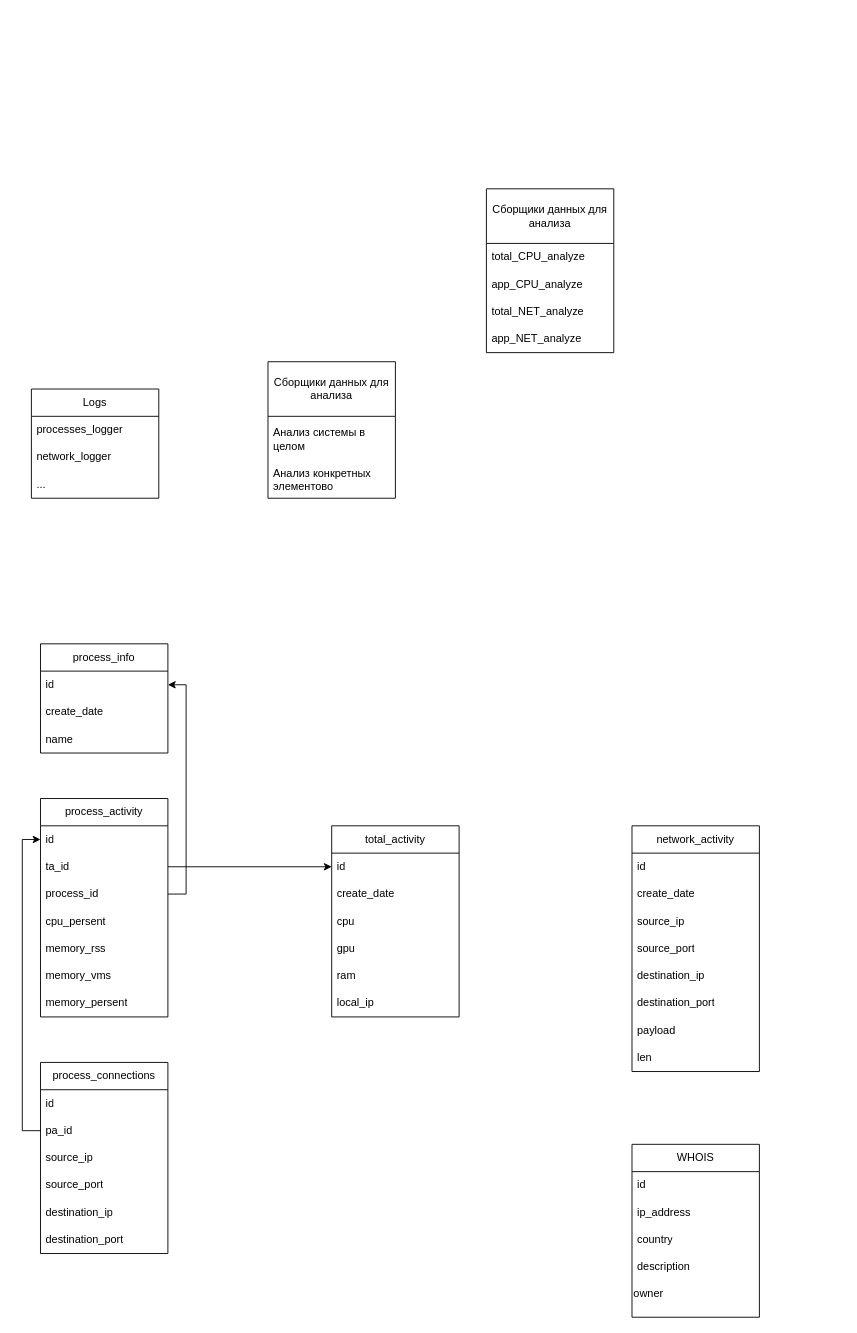
The draw.io diagram WIreSharkModelPreparer/documentations/Диплом.drawio in SkibaSAY/IPS_University, before the edit. Source tidied: cells renumbered, new cells numbered last; positions are measured from the earlier drawing's top-left corner, leaving out a move shared by most shapes. Both pictures are drawn from the tidied source at 91%, with x=0, y=0 at pixel (31, 188).
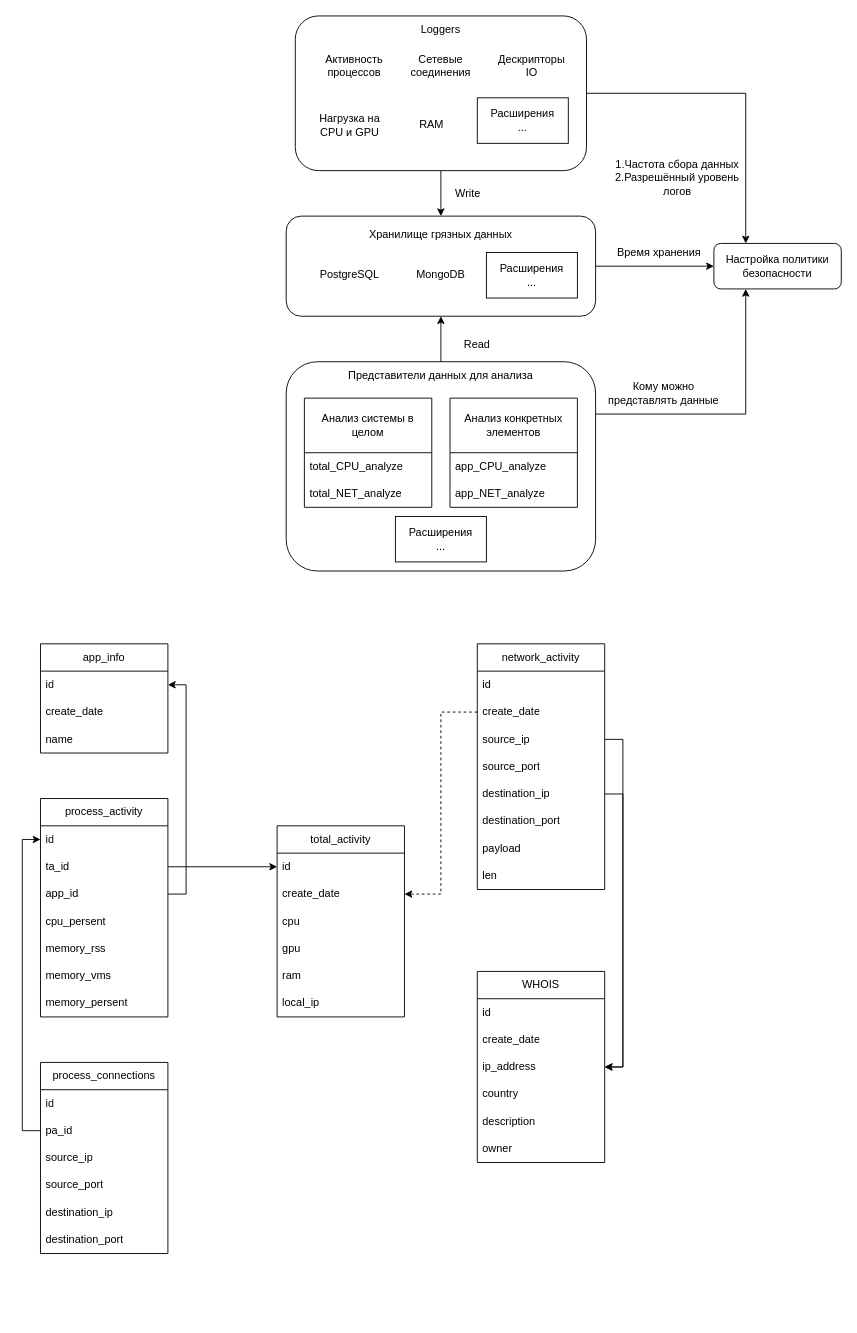
The same page after the edit.

Commit message (it also covers changes not shown here):
написал много теоретической части по диплому - по реализации собственной IDS на базе данных текущего устройства

Unchanged cells that the change refers to:
```xml
<mxCell id="4" value="create_date" style="text;strokeColor=none;fillColor=none;align=left;verticalAlign=middle;spacingLeft=4;spacingRight=4;overflow=hidden;points=[[0,0.5],[1,0.5]];portConstraint=eastwest;whiteSpace=wrap;html=1;" parent="2" vertex="1">
  <mxGeometry y="60" width="140" height="30" as="geometry" />
</mxCell>
<mxCell id="5" value="source_ip" style="text;strokeColor=none;fillColor=none;align=left;verticalAlign=middle;spacingLeft=4;spacingRight=4;overflow=hidden;points=[[0,0.5],[1,0.5]];portConstraint=eastwest;whiteSpace=wrap;html=1;" parent="2" vertex="1">
  <mxGeometry y="90" width="140" height="30" as="geometry" />
</mxCell>
<mxCell id="7" value="destination_ip" style="text;strokeColor=none;fillColor=none;align=left;verticalAlign=middle;spacingLeft=4;spacingRight=4;overflow=hidden;points=[[0,0.5],[1,0.5]];portConstraint=eastwest;whiteSpace=wrap;html=1;" parent="2" vertex="1">
  <mxGeometry y="150" width="140" height="30" as="geometry" />
</mxCell>
<mxCell id="13" value="&lt;div style=&quot;text-align: center;&quot;&gt;&lt;span style=&quot;background-color: transparent; color: light-dark(rgb(0, 0, 0), rgb(255, 255, 255));&quot;&gt;create_date&lt;/span&gt;&lt;/div&gt;" style="text;strokeColor=none;fillColor=none;align=left;verticalAlign=middle;spacingLeft=4;spacingRight=4;overflow=hidden;points=[[0,0.5],[1,0.5]];portConstraint=eastwest;whiteSpace=wrap;html=1;" parent="11" vertex="1">
  <mxGeometry y="60" width="140" height="30" as="geometry" />
</mxCell>
<mxCell id="18" value="process_activity" style="swimlane;fontStyle=0;horizontal=1;startSize=30;whiteSpace=wrap;html=1;" parent="1" vertex="1">
  <mxGeometry x="10" y="670" width="140" height="240" as="geometry" />
</mxCell>
```

Diff of the diagram source:
```diff
@@
     <mxCell id="2" value="network_activity" style="swimlane;fontStyle=0;horizontal=1;startSize=30;whiteSpace=wrap;html=1;" parent="1" vertex="1">
-      <mxGeometry x="660" y="700" width="140" height="270" as="geometry" />
+      <mxGeometry x="490" y="500" width="140" height="270" as="geometry" />
     </mxCell>
@@
     <mxCell id="11" value="total_activity" style="swimlane;fontStyle=0;horizontal=1;startSize=30;whiteSpace=wrap;html=1;" parent="1" vertex="1">
-      <mxGeometry x="330" y="700" width="140" height="210" as="geometry" />
+      <mxGeometry x="270" y="700" width="140" height="210" as="geometry" />
     </mxCell>
@@
-    <mxCell id="21" value="process_id" style="text;strokeColor=none;fillColor=none;align=left;verticalAlign=middle;spacingLeft=4;spacingRight=4;overflow=hidden;points=[[0,0.5],[1,0.5]];portConstraint=eastwest;whiteSpace=wrap;html=1;" parent="18" vertex="1">
+    <mxCell id="21" value="app_id" style="text;strokeColor=none;fillColor=none;align=left;verticalAlign=middle;spacingLeft=4;spacingRight=4;overflow=hidden;points=[[0,0.5],[1,0.5]];portConstraint=eastwest;whiteSpace=wrap;html=1;" parent="18" vertex="1">
       <mxGeometry y="90" width="140" height="30" as="geometry" />
     </mxCell>
@@
-    <mxCell id="26" value="process_info" style="swimlane;fontStyle=0;horizontal=1;startSize=30;whiteSpace=wrap;html=1;" parent="1" vertex="1">
+    <mxCell id="26" value="app_info" style="swimlane;fontStyle=0;horizontal=1;startSize=30;whiteSpace=wrap;html=1;" parent="1" vertex="1">
       <mxGeometry x="10" y="500" width="140" height="120" as="geometry" />
     </mxCell>
@@
-    <mxCell id="40" value="Logs" style="swimlane;fontStyle=0;horizontal=1;startSize=30;whiteSpace=wrap;html=1;" parent="1" vertex="1">
-      <mxGeometry y="220" width="140" height="120" as="geometry" />
-    </mxCell>
-    <mxCell id="41" value="processes_logger" style="text;strokeColor=none;fillColor=none;align=left;verticalAlign=middle;spacingLeft=4;spacingRight=4;overflow=hidden;whiteSpace=wrap;html=1;" parent="40" vertex="1">
-      <mxGeometry y="30" width="140" height="30" as="geometry" />
-    </mxCell>
-    <mxCell id="42" value="network_logger" style="text;strokeColor=none;fillColor=none;align=left;verticalAlign=middle;spacingLeft=4;spacingRight=4;overflow=hidden;whiteSpace=wrap;html=1;" parent="40" vertex="1">
-      <mxGeometry y="60" width="140" height="30" as="geometry" />
-    </mxCell>
-    <mxCell id="43" value="..." style="text;strokeColor=none;fillColor=none;align=left;verticalAlign=middle;spacingLeft=4;spacingRight=4;overflow=hidden;whiteSpace=wrap;html=1;" parent="40" vertex="1">
-      <mxGeometry y="90" width="140" height="30" as="geometry" />
-    </mxCell>
-    <mxCell id="44" value="Сборщики данных для анализа" style="swimlane;fontStyle=0;horizontal=1;startSize=60;whiteSpace=wrap;html=1;" parent="1" vertex="1">
-      <mxGeometry x="500" width="140" height="180" as="geometry" />
-    </mxCell>
-    <mxCell id="45" value="total_CPU_analyze" style="text;strokeColor=none;fillColor=none;align=left;verticalAlign=middle;spacingLeft=4;spacingRight=4;overflow=hidden;whiteSpace=wrap;html=1;" parent="44" vertex="1">
-      <mxGeometry y="60" width="140" height="30" as="geometry" />
-    </mxCell>
-    <mxCell id="46" value="app_CPU_analyze" style="text;strokeColor=none;fillColor=none;align=left;verticalAlign=middle;spacingLeft=4;spacingRight=4;overflow=hidden;whiteSpace=wrap;html=1;" parent="44" vertex="1">
-      <mxGeometry y="90" width="140" height="30" as="geometry" />
-    </mxCell>
-    <mxCell id="47" value="total_NET_analyze" style="text;strokeColor=none;fillColor=none;align=left;verticalAlign=middle;spacingLeft=4;spacingRight=4;overflow=hidden;whiteSpace=wrap;html=1;" parent="44" vertex="1">
-      <mxGeometry y="120" width="140" height="30" as="geometry" />
-    </mxCell>
-    <mxCell id="48" value="app_NET_analyze" style="text;strokeColor=none;fillColor=none;align=left;verticalAlign=middle;spacingLeft=4;spacingRight=4;overflow=hidden;whiteSpace=wrap;html=1;" parent="44" vertex="1">
-      <mxGeometry y="150" width="140" height="30" as="geometry" />
-    </mxCell>
     <mxCell id="49" value="WHOIS" style="swimlane;fontStyle=0;horizontal=1;startSize=30;whiteSpace=wrap;html=1;" parent="1" vertex="1">
-      <mxGeometry x="660" y="1050" width="140" height="190" as="geometry" />
+      <mxGeometry x="490" y="860" width="140" height="210" as="geometry" />
     </mxCell>
@@
+    <mxCell id="58" value="create_date" style="text;strokeColor=none;fillColor=none;align=left;verticalAlign=middle;spacingLeft=4;spacingRight=4;overflow=hidden;whiteSpace=wrap;html=1;" parent="49" vertex="1">
+      <mxGeometry y="60" width="140" height="30" as="geometry" />
+    </mxCell>
     <mxCell id="51" value="ip_address" style="text;strokeColor=none;fillColor=none;align=left;verticalAlign=middle;spacingLeft=4;spacingRight=4;overflow=hidden;points=[[0,0.5],[1,0.5]];portConstraint=eastwest;whiteSpace=wrap;html=1;" parent="49" vertex="1">
-      <mxGeometry y="60" width="140" height="30" as="geometry" />
+      <mxGeometry y="90" width="140" height="30" as="geometry" />
     </mxCell>
     <mxCell id="52" value="country" style="text;strokeColor=none;fillColor=none;align=left;verticalAlign=middle;spacingLeft=4;spacingRight=4;overflow=hidden;whiteSpace=wrap;html=1;" parent="49" vertex="1">
-      <mxGeometry y="90" width="140" height="30" as="geometry" />
+      <mxGeometry y="120" width="140" height="30" as="geometry" />
     </mxCell>
     <mxCell id="53" value="description" style="text;strokeColor=none;fillColor=none;align=left;verticalAlign=middle;spacingLeft=4;spacingRight=4;overflow=hidden;whiteSpace=wrap;html=1;" parent="49" vertex="1">
-      <mxGeometry y="120" width="140" height="30" as="geometry" />
+      <mxGeometry y="150" width="140" height="30" as="geometry" />
     </mxCell>
-    <mxCell id="54" value="owner" style="text;whiteSpace=wrap;html=1;" parent="49" vertex="1">
-      <mxGeometry y="150" width="140" height="40" as="geometry" />
+    <mxCell id="54" value="owner" style="text;strokeColor=none;fillColor=none;align=left;verticalAlign=middle;spacingLeft=4;spacingRight=4;overflow=hidden;whiteSpace=wrap;html=1;" parent="49" vertex="1">
+      <mxGeometry y="180" width="140" height="30" as="geometry" />
     </mxCell>
-    <mxCell id="55" value="Сборщики данных для анализа" style="swimlane;fontStyle=0;horizontal=1;startSize=60;whiteSpace=wrap;html=1;" parent="1" vertex="1">
-      <mxGeometry x="260" y="190" width="140" height="150" as="geometry" />
-    </mxCell>
+    <mxCell id="59" style="edgeStyle=orthogonalEdgeStyle;rounded=0;jettySize=auto;html=1;exitX=1;exitY=0.25;exitDx=0;exitDy=0;entryX=0.25;entryY=1;entryDx=0;entryDy=0;" parent="1" edge="1" source="60" target="83">
+      <mxGeometry relative="1" as="geometry" />
+    </mxCell>
+    <mxCell id="60" style="rounded=1;whiteSpace=wrap;html=1;fillColor=none;" parent="1" vertex="1">
+      <mxGeometry x="280" y="190" width="340" height="230" as="geometry" />
+    </mxCell>
+    <mxCell id="61" style="edgeStyle=orthogonalEdgeStyle;rounded=0;jettySize=auto;html=1;exitX=0.5;exitY=0;exitDx=0;exitDy=0;entryX=0.5;entryY=1;entryDx=0;entryDy=0;" parent="1" edge="1" source="62" target="65">
+      <mxGeometry relative="1" as="geometry" />
+    </mxCell>
+    <mxCell id="62" value="Представители данных для анализа" style="text;html=1;align=center;verticalAlign=middle;whiteSpace=wrap;rounded=0;" parent="1" vertex="1">
+      <mxGeometry x="345" y="190" width="210" height="30" as="geometry" />
+    </mxCell>
-    <mxCell id="56" value="Анализ системы в целом" style="text;strokeColor=none;fillColor=none;align=left;verticalAlign=middle;spacingLeft=4;spacingRight=4;overflow=hidden;whiteSpace=wrap;html=1;" parent="55" vertex="1">
-      <mxGeometry y="60" width="140" height="50" as="geometry" />
+    <mxCell id="56" value="Анализ системы в целом" style="swimlane;fontStyle=0;horizontal=1;startSize=60;whiteSpace=wrap;html=1;" parent="1" vertex="1">
+      <mxGeometry x="300" y="230" width="140" height="120" as="geometry" />
     </mxCell>
-    <mxCell id="57" value="Анализ конкретных элементово" style="text;strokeColor=none;fillColor=none;align=left;verticalAlign=middle;spacingLeft=4;spacingRight=4;overflow=hidden;whiteSpace=wrap;html=1;" parent="55" vertex="1">
-      <mxGeometry y="110" width="140" height="40" as="geometry" />
-    </mxCell>
+    <mxCell id="45" value="total_CPU_analyze" style="text;strokeColor=none;fillColor=none;align=left;verticalAlign=middle;spacingLeft=4;spacingRight=4;overflow=hidden;whiteSpace=wrap;html=1;" parent="56" vertex="1">
+      <mxGeometry y="60" width="140" height="30" as="geometry" />
+    </mxCell>
+    <mxCell id="47" value="total_NET_analyze" style="text;strokeColor=none;fillColor=none;align=left;verticalAlign=middle;spacingLeft=4;spacingRight=4;overflow=hidden;whiteSpace=wrap;html=1;" parent="56" vertex="1">
+      <mxGeometry y="90" width="140" height="30" as="geometry" />
+    </mxCell>
+    <mxCell id="63" value="Анализ конкретных элементов" style="swimlane;fontStyle=0;horizontal=1;startSize=60;whiteSpace=wrap;html=1;" parent="1" vertex="1">
+      <mxGeometry x="460" y="230" width="140" height="120" as="geometry" />
+    </mxCell>
+    <mxCell id="46" value="app_CPU_analyze" style="text;strokeColor=none;fillColor=none;align=left;verticalAlign=middle;spacingLeft=4;spacingRight=4;overflow=hidden;whiteSpace=wrap;html=1;" parent="63" vertex="1">
+      <mxGeometry y="60" width="140" height="30" as="geometry" />
+    </mxCell>
+    <mxCell id="48" value="app_NET_analyze" style="text;strokeColor=none;fillColor=none;align=left;verticalAlign=middle;spacingLeft=4;spacingRight=4;overflow=hidden;whiteSpace=wrap;html=1;" parent="63" vertex="1">
+      <mxGeometry y="90" width="140" height="30" as="geometry" />
+    </mxCell>
+    <mxCell id="64" style="edgeStyle=orthogonalEdgeStyle;rounded=0;jettySize=auto;html=1;exitX=1;exitY=0.5;exitDx=0;exitDy=0;entryX=0;entryY=0.5;entryDx=0;entryDy=0;" parent="1" edge="1" source="65" target="83">
+      <mxGeometry relative="1" as="geometry" />
+    </mxCell>
+    <mxCell id="65" style="rounded=1;whiteSpace=wrap;html=1;fillColor=none;" parent="1" vertex="1">
+      <mxGeometry x="280" y="30" width="340" height="110" as="geometry" />
+    </mxCell>
+    <mxCell id="66" value="Write" style="text;html=1;align=center;verticalAlign=middle;whiteSpace=wrap;rounded=0;" parent="1" vertex="1">
+      <mxGeometry x="450" y="-10" width="60" height="30" as="geometry" />
+    </mxCell>
+    <mxCell id="67" style="edgeStyle=orthogonalEdgeStyle;rounded=0;jettySize=auto;html=1;exitX=0.5;exitY=1;exitDx=0;exitDy=0;entryX=0.5;entryY=0;entryDx=0;entryDy=0;" parent="1" edge="1" source="69" target="65">
+      <mxGeometry relative="1" as="geometry" />
+    </mxCell>
+    <mxCell id="68" style="edgeStyle=orthogonalEdgeStyle;rounded=0;jettySize=auto;html=1;exitX=1;exitY=0.5;exitDx=0;exitDy=0;entryX=0.25;entryY=0;entryDx=0;entryDy=0;" parent="1" edge="1" source="69" target="83">
+      <mxGeometry relative="1" as="geometry" />
+    </mxCell>
+    <mxCell id="69" style="rounded=1;whiteSpace=wrap;html=1;fillColor=none;" parent="1" vertex="1">
+      <mxGeometry x="290" y="-190" width="320" height="170" as="geometry" />
+    </mxCell>
+    <mxCell id="70" value="Loggers" style="text;html=1;align=center;verticalAlign=middle;whiteSpace=wrap;rounded=0;" parent="1" vertex="1">
+      <mxGeometry x="420" y="-190" width="60" height="30" as="geometry" />
+    </mxCell>
+    <mxCell id="71" value="Активность процессов" style="text;html=1;align=center;verticalAlign=middle;whiteSpace=wrap;rounded=0;" parent="1" vertex="1">
+      <mxGeometry x="300" y="-150" width="110" height="30" as="geometry" />
+    </mxCell>
+    <mxCell id="72" value="Сетевые соединения" style="text;html=1;align=center;verticalAlign=middle;whiteSpace=wrap;rounded=0;" parent="1" vertex="1">
+      <mxGeometry x="410" y="-150" width="80" height="30" as="geometry" />
+    </mxCell>
+    <mxCell id="73" value="Дескрипторы&lt;div&gt;IO&lt;/div&gt;" style="text;html=1;align=center;verticalAlign=middle;whiteSpace=wrap;rounded=0;" parent="1" vertex="1">
+      <mxGeometry x="520" y="-150" width="60" height="30" as="geometry" />
+    </mxCell>
+    <mxCell id="74" value="Нагрузка на CPU и GPU" style="text;html=1;align=center;verticalAlign=middle;whiteSpace=wrap;rounded=0;" parent="1" vertex="1">
+      <mxGeometry x="310" y="-90" width="80" height="40" as="geometry" />
+    </mxCell>
+    <mxCell id="75" value="RAM" style="text;html=1;align=center;verticalAlign=middle;whiteSpace=wrap;rounded=0;" parent="1" vertex="1">
+      <mxGeometry x="410" y="-85" width="60" height="30" as="geometry" />
+    </mxCell>
+    <mxCell id="76" value="&lt;div&gt;&lt;div&gt;Расширения&lt;/div&gt;...&lt;/div&gt;" style="rounded=0;whiteSpace=wrap;html=1;fillColor=none;" parent="1" vertex="1">
+      <mxGeometry x="490" y="-100" width="100" height="50" as="geometry" />
+    </mxCell>
+    <mxCell id="77" value="Хранилище грязных данных" style="text;html=1;align=center;verticalAlign=middle;whiteSpace=wrap;rounded=0;" parent="1" vertex="1">
+      <mxGeometry x="370" y="40" width="160" height="20" as="geometry" />
+    </mxCell>
+    <mxCell id="78" value="PostgreSQL" style="text;html=1;align=center;verticalAlign=middle;whiteSpace=wrap;rounded=0;" parent="1" vertex="1">
+      <mxGeometry x="310" y="80" width="80" height="30" as="geometry" />
+    </mxCell>
+    <mxCell id="79" value="MongoDB" style="text;html=1;align=center;verticalAlign=middle;whiteSpace=wrap;rounded=0;" parent="1" vertex="1">
+      <mxGeometry x="410" y="80" width="80" height="30" as="geometry" />
+    </mxCell>
+    <mxCell id="80" value="&lt;div&gt;&lt;div&gt;Расширения&lt;/div&gt;...&lt;/div&gt;" style="rounded=0;whiteSpace=wrap;html=1;fillColor=none;" parent="1" vertex="1">
+      <mxGeometry x="500" y="70" width="100" height="50" as="geometry" />
+    </mxCell>
+    <mxCell id="81" value="Read" style="text;html=1;align=center;verticalAlign=middle;whiteSpace=wrap;rounded=0;" parent="1" vertex="1">
+      <mxGeometry x="460" y="156" width="60" height="30" as="geometry" />
+    </mxCell>
+    <mxCell id="82" value="&lt;div&gt;&lt;div&gt;Расширения&lt;/div&gt;...&lt;/div&gt;" style="rounded=0;whiteSpace=wrap;html=1;fillColor=none;" parent="1" vertex="1">
+      <mxGeometry x="400" y="360" width="100" height="50" as="geometry" />
+    </mxCell>
+    <mxCell id="83" value="Настройка политики&lt;div&gt;безопасности&lt;/div&gt;" style="rounded=1;whiteSpace=wrap;html=1;fillColor=none;" parent="1" vertex="1">
+      <mxGeometry x="750" y="60" width="140" height="50" as="geometry" />
+    </mxCell>
+    <mxCell id="84" value="1.Частота сбора данных&lt;div&gt;2.Разрешённый уровень&lt;/div&gt;&lt;div&gt;логов&lt;/div&gt;" style="text;html=1;align=center;verticalAlign=middle;whiteSpace=wrap;rounded=0;" parent="1" vertex="1">
+      <mxGeometry x="620" y="-50" width="180" height="75" as="geometry" />
+    </mxCell>
+    <mxCell id="85" value="Время хранения" style="text;html=1;align=center;verticalAlign=middle;whiteSpace=wrap;rounded=0;" parent="1" vertex="1">
+      <mxGeometry x="640" y="50" width="100" height="40" as="geometry" />
+    </mxCell>
+    <mxCell id="86" value="Кому можно представлять данные" style="text;html=1;align=center;verticalAlign=middle;whiteSpace=wrap;rounded=0;" parent="1" vertex="1">
+      <mxGeometry x="630" y="210" width="130" height="30" as="geometry" />
+    </mxCell>
+    <mxCell id="87" style="edgeStyle=orthogonalEdgeStyle;rounded=0;jettySize=auto;html=1;exitX=1;exitY=0.5;exitDx=0;exitDy=0;entryX=1;entryY=0.5;entryDx=0;entryDy=0;" parent="1" edge="1" source="5" target="51">
+      <mxGeometry relative="1" as="geometry">
+        <Array as="points">
+          <mxPoint x="650" y="605" />
+          <mxPoint x="650" y="965" />
+        </Array>
+      </mxGeometry>
+    </mxCell>
+    <mxCell id="88" style="edgeStyle=orthogonalEdgeStyle;rounded=0;jettySize=auto;html=1;exitX=1;exitY=0.5;exitDx=0;exitDy=0;entryX=1;entryY=0.5;entryDx=0;entryDy=0;" parent="1" edge="1" source="7" target="51">
+      <mxGeometry relative="1" as="geometry" />
+    </mxCell>
+    <mxCell id="89" style="edgeStyle=orthogonalEdgeStyle;rounded=0;jettySize=auto;html=1;exitX=0;exitY=0.5;exitDx=0;exitDy=0;entryX=1;entryY=0.5;entryDx=0;entryDy=0;dashed=1;" parent="1" edge="1" source="4" target="13">
+      <mxGeometry relative="1" as="geometry" />
+    </mxCell>
```
